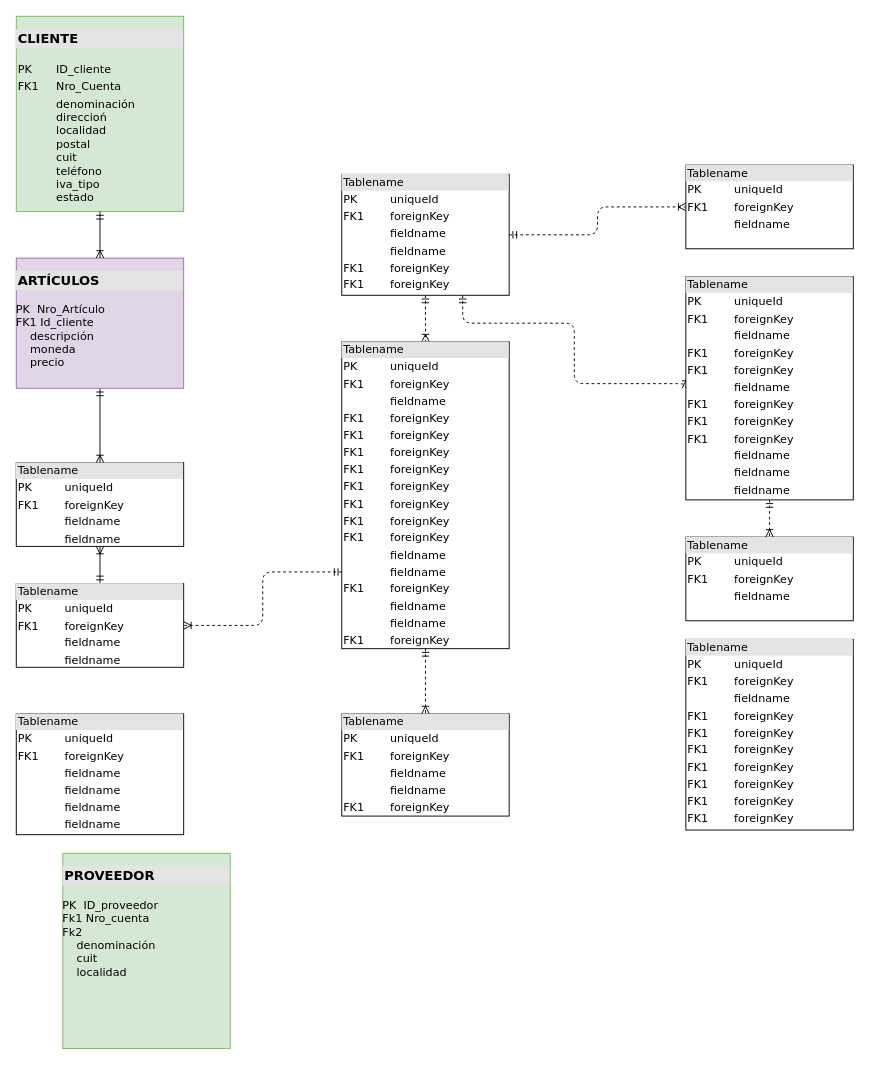
This is Untitled Diagram.drawio from nataliaMarzec/sac, a draw.io file, before an edit. Source tidied: cells renumbered, new cells numbered last; positions are measured from the earlier drawing's top-left corner, leaving out a move shared by most shapes. Both pictures are drawn from the tidied source at 93%, with x=0, y=0 at pixel (16, 16).
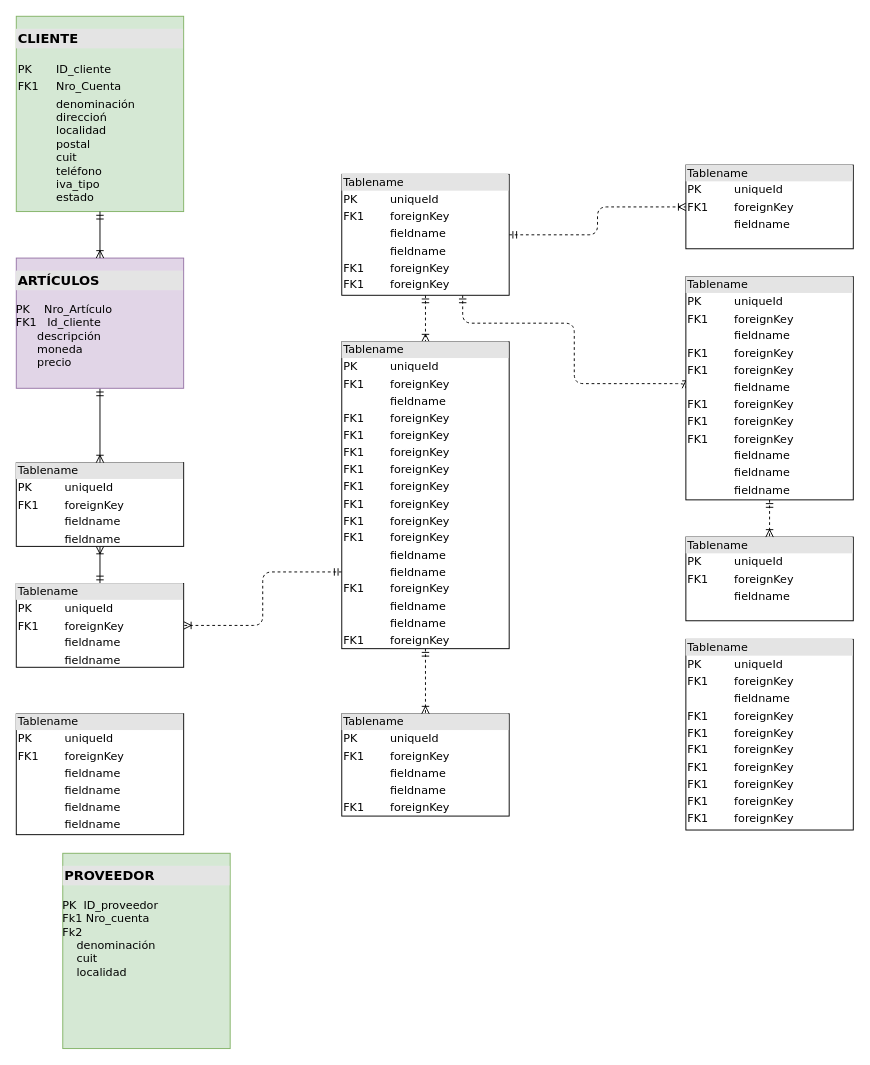
The same diagram, later.

Diff of the diagram source:
```diff
@@
-    <mxCell id="12" value="&lt;h3 style=&quot;box-sizing: border-box ; width: 100% ; background: #e4e4e4 ; padding: 2px&quot;&gt;ARTÍCULOS&lt;/h3&gt;&lt;div&gt;PK&amp;nbsp; Nro_Artículo&lt;/div&gt;&lt;div&gt;FK1 Id_cliente&lt;/div&gt;&lt;div&gt;&amp;nbsp; &amp;nbsp; descripción&lt;/div&gt;&lt;div&gt;&amp;nbsp; &amp;nbsp; moneda&lt;/div&gt;&lt;div&gt;&amp;nbsp; &amp;nbsp; precio&lt;/div&gt;&lt;div&gt;&lt;br&gt;&lt;/div&gt;" style="verticalAlign=top;align=left;overflow=fill;html=1;rounded=0;shadow=0;comic=0;labelBackgroundColor=none;strokeWidth=1;fontFamily=Verdana;fontSize=12;fillColor=#e1d5e7;strokeColor=#9673a6;" parent="1" vertex="1">
+    <mxCell id="12" value="&lt;h3 style=&quot;box-sizing: border-box ; width: 100% ; background: #e4e4e4 ; padding: 2px&quot;&gt;ARTÍCULOS&lt;/h3&gt;&lt;div&gt;PK&amp;nbsp; &amp;nbsp; Nro_Artículo&lt;/div&gt;&lt;div&gt;FK1&amp;nbsp; &amp;nbsp;Id_cliente&lt;/div&gt;&lt;div&gt;&amp;nbsp; &amp;nbsp; &amp;nbsp; descripción&lt;/div&gt;&lt;div&gt;&amp;nbsp; &amp;nbsp; &amp;nbsp; moneda&lt;/div&gt;&lt;div&gt;&amp;nbsp; &amp;nbsp; &amp;nbsp; precio&lt;/div&gt;&lt;div&gt;&lt;br&gt;&lt;/div&gt;" style="verticalAlign=top;align=left;overflow=fill;html=1;rounded=0;shadow=0;comic=0;labelBackgroundColor=none;strokeWidth=1;fontFamily=Verdana;fontSize=12;fillColor=#e1d5e7;strokeColor=#9673a6;" parent="1" vertex="1">
       <mxGeometry y="260" width="180" height="140" as="geometry" />
     </mxCell>
```
